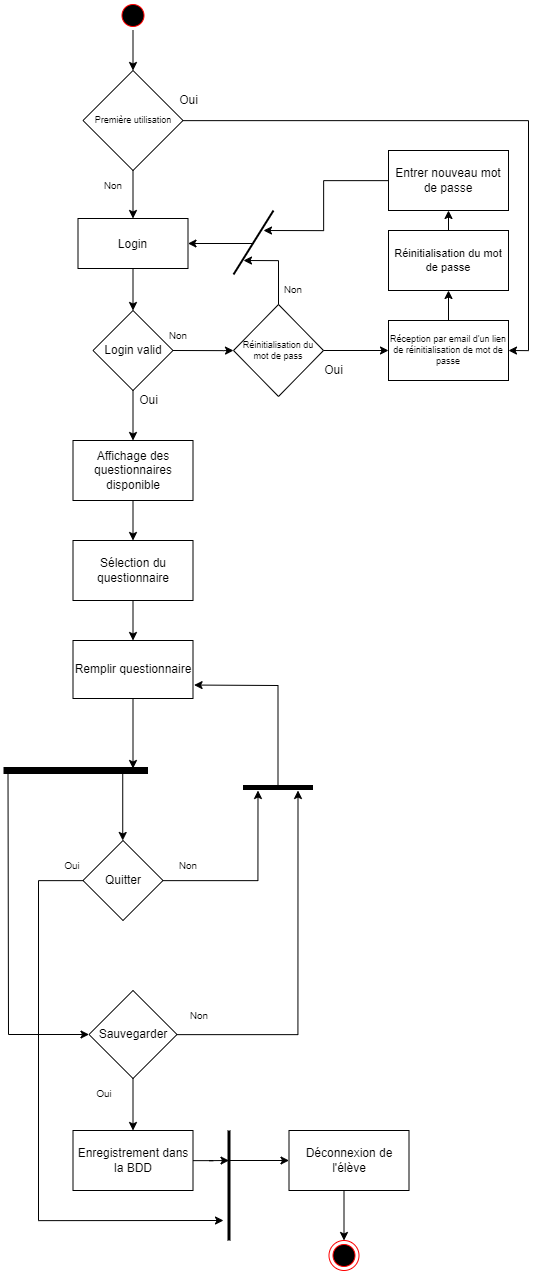
This is Diagrammes/DiagrameDActiviteEleve.drawio.png from Devetik/Diagrammes, a draw.io export, as it was before one commit. Source tidied: cells renumbered, new cells last; positions are measured from the earlier drawing's top-left corner, leaving out a move shared by most shapes.
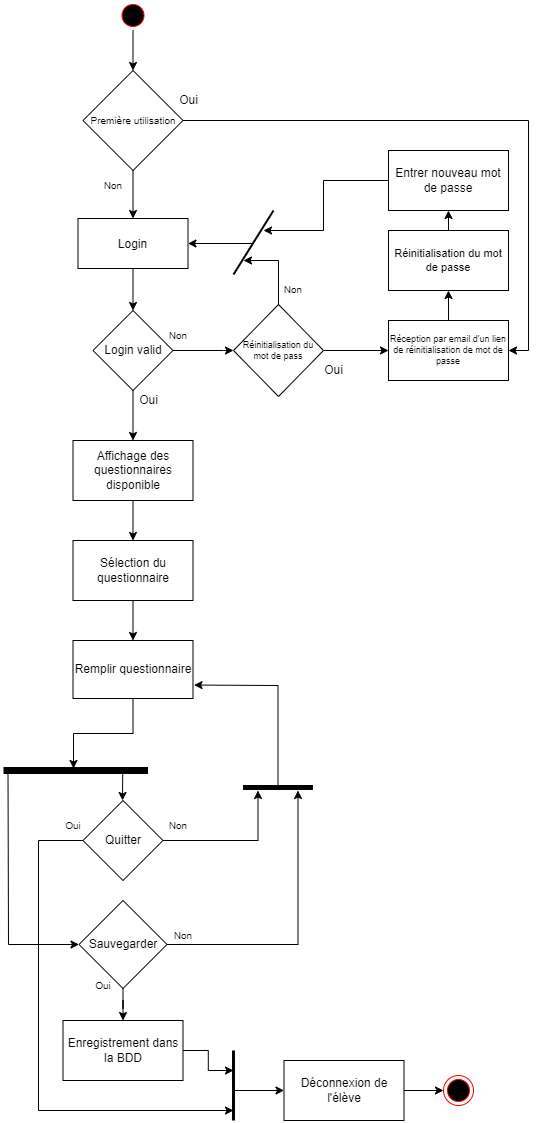
Later version of the same file.

What changed in the source:
```diff
@@ -39,7 +39,7 @@
     </mxCell>
     <mxCell id="12" style="edgeStyle=orthogonalEdgeStyle;rounded=0;jettySize=auto;html=1;" parent="1" edge="1" source="13">
       <mxGeometry relative="1" as="geometry">
-        <mxPoint x="129.5" y="768" as="targetPoint" />
+        <mxPoint x="70" y="768" as="targetPoint" />
       </mxGeometry>
     </mxCell>
     <mxCell id="13" value="Remplir questionnaire" style="whiteSpace=wrap;html=1;fillColor=none;strokeColor=rgb(0, 0, 0);fontColor=rgb(0, 0, 0);" parent="1" vertex="1">
@@ -51,47 +51,47 @@
         <mxPoint x="144.5" y="770" as="targetPoint" />
       </mxGeometry>
     </mxCell>
-    <mxCell id="15" style="edgeStyle=orthogonalEdgeStyle;rounded=0;jettySize=auto;html=1;fontColor=default;strokeWidth=1;" parent="1" edge="1" source="16">
+    <mxCell id="15" style="edgeStyle=orthogonalEdgeStyle;rounded=0;jettySize=auto;html=1;fontColor=default;strokeWidth=1;exitX=0;exitY=0.5;exitDx=0;exitDy=0;" parent="1" edge="1" source="16">
       <mxGeometry relative="1" as="geometry">
-        <mxPoint x="220" y="1220" as="targetPoint" />
+        <mxPoint x="230" y="1110" as="targetPoint" />
         <Array as="points">
-          <mxPoint x="35" y="880" />
-          <mxPoint x="35" y="1220" />
+          <mxPoint x="35" y="840" />
+          <mxPoint x="35" y="1110" />
         </Array>
       </mxGeometry>
     </mxCell>
     <mxCell id="16" value="Quitter" style="rhombus;whiteSpace=wrap;html=1;fontColor=default;fillColor=none;" parent="1" vertex="1">
-      <mxGeometry x="79.5" y="840" width="80" height="80" as="geometry" />
+      <mxGeometry x="79.5" y="800" width="80" height="80" as="geometry" />
     </mxCell>
     <mxCell id="17" style="endArrow=classic;html=1;rounded=0;fontColor=default;strokeWidth=1;" parent="1" edge="1">
       <mxGeometry relative="1" as="geometry">
         <mxPoint x="119.2" y="770" as="sourcePoint" />
-        <mxPoint x="119.2" y="840" as="targetPoint" />
+        <mxPoint x="119" y="800" as="targetPoint" />
       </mxGeometry>
     </mxCell>
     <mxCell id="18" style="edgeStyle=orthogonalEdgeStyle;rounded=0;jettySize=auto;html=1;entryX=0.5;entryY=0;entryDx=0;entryDy=0;" parent="1" edge="1" source="19" target="30">
       <mxGeometry relative="1" as="geometry" />
     </mxCell>
     <mxCell id="19" value="Sauvegarder" style="rhombus;whiteSpace=wrap;html=1;fontColor=default;fillColor=none;" parent="1" vertex="1">
-      <mxGeometry x="85.5" y="990" width="88" height="88" as="geometry" />
+      <mxGeometry x="75.5" y="900" width="88" height="88" as="geometry" />
     </mxCell>
     <mxCell id="20" value="&lt;font style=&quot;font-size: 10px;&quot;&gt;Non&lt;/font&gt;" style="text;html=1;strokeColor=none;fillColor=none;align=center;verticalAlign=middle;whiteSpace=wrap;rounded=0;fontColor=default;" parent="1" vertex="1">
-      <mxGeometry x="154.5" y="850" width="60" height="30" as="geometry" />
+      <mxGeometry x="144.5" y="810" width="60" height="30" as="geometry" />
     </mxCell>
     <mxCell id="21" value="&lt;font style=&quot;font-size: 10px;&quot;&gt;Non&lt;/font&gt;" style="text;html=1;strokeColor=none;fillColor=none;align=center;verticalAlign=middle;whiteSpace=wrap;rounded=0;fontColor=default;" parent="1" vertex="1">
-      <mxGeometry x="165.5" y="1000" width="60" height="30" as="geometry" />
+      <mxGeometry x="150" y="920" width="60" height="30" as="geometry" />
     </mxCell>
     <mxCell id="22" value="&lt;font style=&quot;font-size: 10px;&quot;&gt;Oui&lt;/font&gt;&lt;span style=&quot;color: rgba(0, 0, 0, 0); font-family: monospace; font-size: 0px; text-align: start;&quot;&gt;%3CmxGraphModel%3E%3Croot%3E%3CmxCell%20id%3D%220%22%2F%3E%3CmxCell%20id%3D%221%22%20parent%3D%220%22%2F%3E%3CmxCell%20id%3D%222%22%20value%3D%22%26lt%3Bfont%20style%3D%26quot%3Bfont-size%3A%2010px%3B%26quot%3B%26gt%3BNon%26lt%3B%2Ffont%26gt%3B%22%20style%3D%22text%3Bhtml%3D1%3BstrokeColor%3Dnone%3BfillColor%3Dnone%3Balign%3Dcenter%3BverticalAlign%3Dmiddle%3BwhiteSpace%3Dwrap%3Brounded%3D0%3BfontColor%3Ddefault%3B%22%20vertex%3D%221%22%20parent%3D%221%22%3E%3CmxGeometry%20x%3D%22320%22%20y%3D%22960%22%20width%3D%2260%22%20height%3D%2230%22%20as%3D%22geometry%22%2F%3E%3C%2FmxCell%3E%3C%2Froot%3E%3C%2FmxGraphModel%3E&lt;/span&gt;" style="text;html=1;strokeColor=none;fillColor=none;align=center;verticalAlign=middle;whiteSpace=wrap;rounded=0;fontColor=default;" parent="1" vertex="1">
-      <mxGeometry x="70.5" y="1078" width="60" height="30" as="geometry" />
+      <mxGeometry x="69.5" y="970" width="60" height="30" as="geometry" />
     </mxCell>
     <mxCell id="23" value="&lt;font style=&quot;font-size: 10px;&quot;&gt;Oui&lt;/font&gt;&lt;span style=&quot;color: rgba(0, 0, 0, 0); font-family: monospace; font-size: 0px; text-align: start;&quot;&gt;%3CmxGraphModel%3E%3Croot%3E%3CmxCell%20id%3D%220%22%2F%3E%3CmxCell%20id%3D%221%22%20parent%3D%220%22%2F%3E%3CmxCell%20id%3D%222%22%20value%3D%22%26lt%3Bfont%20style%3D%26quot%3Bfont-size%3A%2010px%3B%26quot%3B%26gt%3BNon%26lt%3B%2Ffont%26gt%3B%22%20style%3D%22text%3Bhtml%3D1%3BstrokeColor%3Dnone%3BfillColor%3Dnone%3Balign%3Dcenter%3BverticalAlign%3Dmiddle%3BwhiteSpace%3Dwrap%3Brounded%3D0%3BfontColor%3Ddefault%3B%22%20vertex%3D%221%22%20parent%3D%221%22%3E%3CmxGeometry%20x%3D%22320%22%20y%3D%22960%22%20width%3D%2260%22%20height%3D%2230%22%20as%3D%22geometry%22%2F%3E%3C%2FmxCell%3E%3C%2Froot%3E%3C%2FmxGraphModel%3E&lt;/span&gt;" style="text;html=1;strokeColor=none;fillColor=none;align=center;verticalAlign=middle;whiteSpace=wrap;rounded=0;fontColor=default;" parent="1" vertex="1">
-      <mxGeometry x="39" y="850" width="60" height="30" as="geometry" />
+      <mxGeometry x="39.5" y="810" width="60" height="30" as="geometry" />
     </mxCell>
     <mxCell id="24" style="endArrow=classic;html=1;rounded=0;fontColor=default;strokeWidth=1;entryX=0;entryY=0.5;entryDx=0;entryDy=0;" parent="1" edge="1" target="19">
       <mxGeometry relative="1" as="geometry">
         <mxPoint x="4.5" y="770" as="sourcePoint" />
         <Array as="points">
-          <mxPoint x="5" y="1034" />
+          <mxPoint x="5" y="944" />
         </Array>
       </mxGeometry>
     </mxCell>
@@ -101,19 +101,19 @@
         <mxPoint x="309.5" y="787" as="targetPoint" />
       </mxGeometry>
     </mxCell>
-    <mxCell id="26" style="edgeStyle=orthogonalEdgeStyle;rounded=0;jettySize=auto;html=1;fontColor=default;endArrow=classic;endFill=1;strokeWidth=1;" parent="1" edge="1" source="19">
+    <mxCell id="26" style="edgeStyle=orthogonalEdgeStyle;rounded=0;jettySize=auto;html=1;fontColor=default;endArrow=classic;endFill=1;strokeWidth=1;exitX=1;exitY=0.5;exitDx=0;exitDy=0;" parent="1" edge="1" source="19">
       <mxGeometry relative="1" as="geometry">
         <mxPoint x="294.5" y="790" as="targetPoint" />
         <Array as="points">
-          <mxPoint x="295" y="1034" />
+          <mxPoint x="295" y="944" />
         </Array>
       </mxGeometry>
     </mxCell>
-    <mxCell id="27" style="edgeStyle=orthogonalEdgeStyle;rounded=0;jettySize=auto;html=1;fontColor=default;endArrow=classic;endFill=1;strokeWidth=1;" parent="1" edge="1" source="16">
+    <mxCell id="27" style="edgeStyle=orthogonalEdgeStyle;rounded=0;jettySize=auto;html=1;fontColor=default;endArrow=classic;endFill=1;strokeWidth=1;exitX=1;exitY=0.5;exitDx=0;exitDy=0;" parent="1" edge="1" source="16">
       <mxGeometry relative="1" as="geometry">
         <mxPoint x="254.5" y="790" as="targetPoint" />
         <Array as="points">
-          <mxPoint x="255" y="880" />
+          <mxPoint x="255" y="840" />
         </Array>
       </mxGeometry>
     </mxCell>
@@ -125,26 +125,23 @@
         </Array>
       </mxGeometry>
     </mxCell>
-    <mxCell id="29" style="edgeStyle=orthogonalEdgeStyle;rounded=0;jettySize=auto;html=1;strokeWidth=1;" parent="1" edge="1" source="30">
-      <mxGeometry relative="1" as="geometry">
-        <mxPoint x="225.5" y="1160" as="targetPoint" />
-      </mxGeometry>
-    </mxCell>
+    <mxCell id="57" style="edgeStyle=orthogonalEdgeStyle;rounded=0;jettySize=auto;html=1;fontSize=11;" parent="1" edge="1" source="30">
+      <mxGeometry relative="1" as="geometry">
+        <mxPoint x="230" y="1070" as="targetPoint" />
+      </mxGeometry>
+    </mxCell>
     <mxCell id="30" value="Enregistrement dans la BDD" style="rounded=0;whiteSpace=wrap;html=1;fontColor=default;fillColor=none;" parent="1" vertex="1">
-      <mxGeometry x="69.5" y="1130" width="120" height="60" as="geometry" />
+      <mxGeometry x="59.5" y="1020" width="120" height="60" as="geometry" />
     </mxCell>
+    <mxCell id="58" style="edgeStyle=orthogonalEdgeStyle;rounded=0;jettySize=auto;html=1;entryX=0;entryY=0.5;entryDx=0;entryDy=0;fontSize=11;" parent="1" edge="1" source="31" target="32">
+      <mxGeometry relative="1" as="geometry" />
+    </mxCell>
     <mxCell id="31" value="Déconnexion de l'élève" style="rounded=0;whiteSpace=wrap;html=1;fontColor=default;fillColor=none;" parent="1" vertex="1">
-      <mxGeometry x="285.5" y="1130" width="120" height="60" as="geometry" />
+      <mxGeometry x="280.5" y="1060" width="120" height="60" as="geometry" />
     </mxCell>
     <mxCell id="32" style="ellipse;html=1;shape=endState;fillColor=#000000;strokeColor=#ff0000;fontColor=default;" parent="1" vertex="1">
-      <mxGeometry x="325.5" y="1240" width="30" height="30" as="geometry" />
+      <mxGeometry x="440" y="1075" width="30" height="30" as="geometry" />
     </mxCell>
-    <mxCell id="33" style="edgeStyle=orthogonalEdgeStyle;rounded=0;orthogonalLoop=1;jettySize=auto;html=1;fontColor=default;endArrow=classic;endFill=1;strokeWidth=1;" parent="1" edge="1">
-      <mxGeometry relative="1" as="geometry">
-        <mxPoint x="340.5" y="1190" as="sourcePoint" />
-        <mxPoint x="340.5" y="1240" as="targetPoint" />
-      </mxGeometry>
-    </mxCell>
     <mxCell id="34" value="Oui" style="text;html=1;align=center;verticalAlign=middle;strokeColor=none;fillColor=none;" parent="1" vertex="1">
       <mxGeometry x="129.5" y="390" width="30" height="20" as="geometry" />
     </mxCell>
@@ -156,13 +153,13 @@
     </mxCell>
     <mxCell id="37" style="endArrow=none;html=1;rounded=0;strokeWidth=3;" parent="1" edge="1">
       <mxGeometry relative="1" as="geometry">
-        <mxPoint x="225.5" y="1240" as="sourcePoint" />
-        <mxPoint x="225.5" y="1130" as="targetPoint" />
+        <mxPoint x="230" y="1120" as="sourcePoint" />
+        <mxPoint x="230" y="1050" as="targetPoint" />
       </mxGeometry>
     </mxCell>
     <mxCell id="38" style="endArrow=classic;html=1;rounded=0;strokeWidth=1;entryX=0;entryY=0.5;entryDx=0;entryDy=0;" parent="1" edge="1" target="31">
       <mxGeometry relative="1" as="geometry">
-        <mxPoint x="225.5" y="1160" as="sourcePoint" />
+        <mxPoint x="230" y="1090" as="sourcePoint" />
       </mxGeometry>
     </mxCell>
     <mxCell id="39" style="edgeStyle=orthogonalEdgeStyle;rounded=0;jettySize=auto;html=1;fontSize=9;" parent="1" edge="1" source="41" target="45">
@@ -214,7 +211,7 @@
     <mxCell id="51" style="edgeStyle=orthogonalEdgeStyle;rounded=0;jettySize=auto;html=1;fontSize=9;strokeWidth=1;entryX=1;entryY=0.5;entryDx=0;entryDy=0;" parent="1" edge="1" source="52" target="45">
       <mxGeometry relative="1" as="geometry" />
     </mxCell>
-    <mxCell id="52" value="Première utilisation" style="rhombus;whiteSpace=wrap;html=1;fontSize=9;fillColor=none;" parent="1" vertex="1">
+    <mxCell id="52" value="Première utilisation" style="rhombus;whiteSpace=wrap;html=1;fontSize=10;fillColor=none;" parent="1" vertex="1">
       <mxGeometry x="79.5" y="70" width="100" height="100" as="geometry" />
     </mxCell>
     <mxCell id="53" value="&lt;font style=&quot;font-size: 10px;&quot;&gt;Non&lt;/font&gt;" style="text;html=1;strokeColor=none;fillColor=none;align=center;verticalAlign=middle;whiteSpace=wrap;rounded=0;fontColor=default;" parent="1" vertex="1">
```
